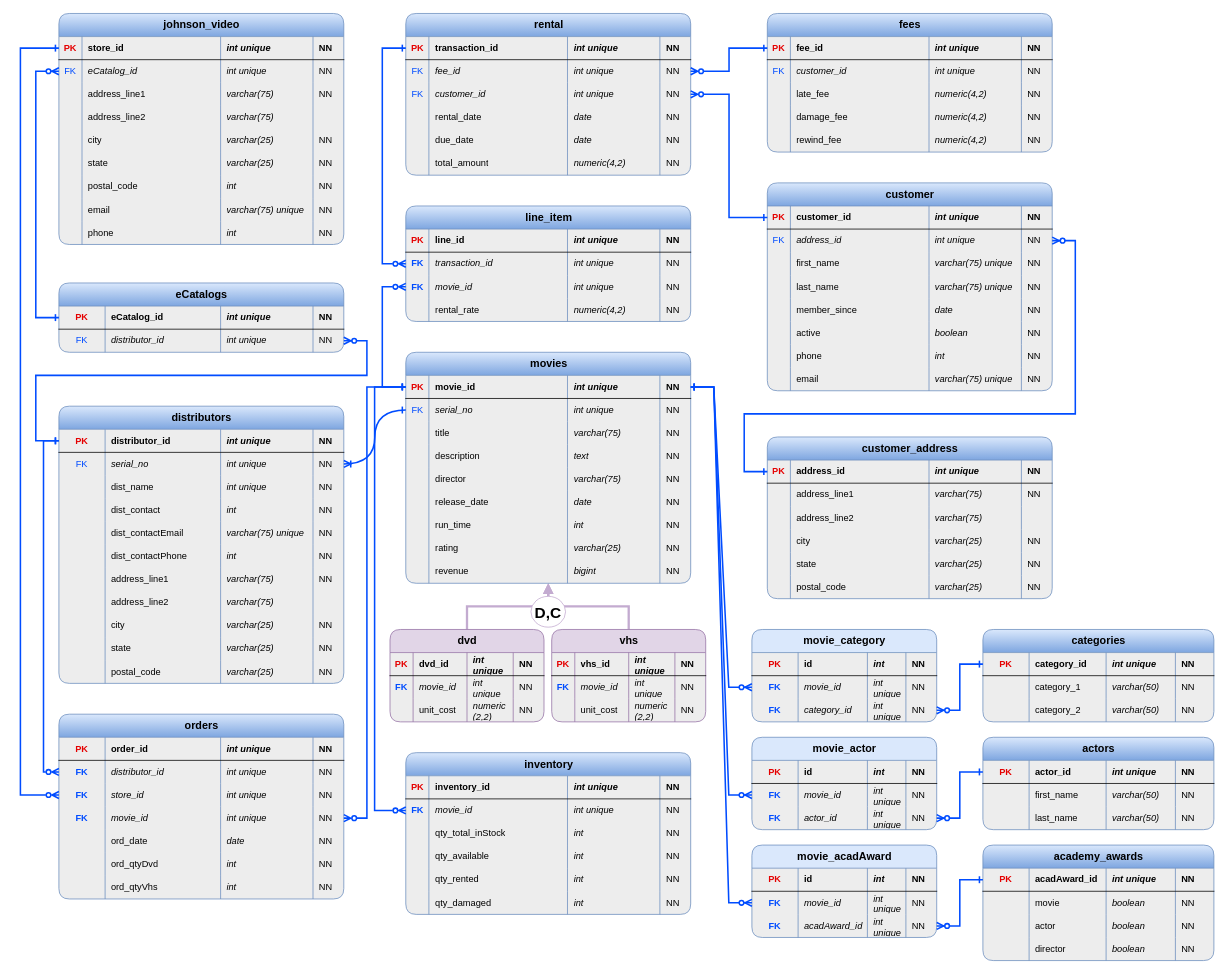
The draw.io diagram mis407-ct4-portfolio-milestone.drawio in argounova/draw-io, before the edit. Source tidied: cells renumbered, new cells numbered last; positions are measured from the earlier drawing's top-left corner, leaving out a move shared by most shapes. Both pictures are drawn from the tidied source at 77%, with x=0, y=0 at pixel (20, 13).
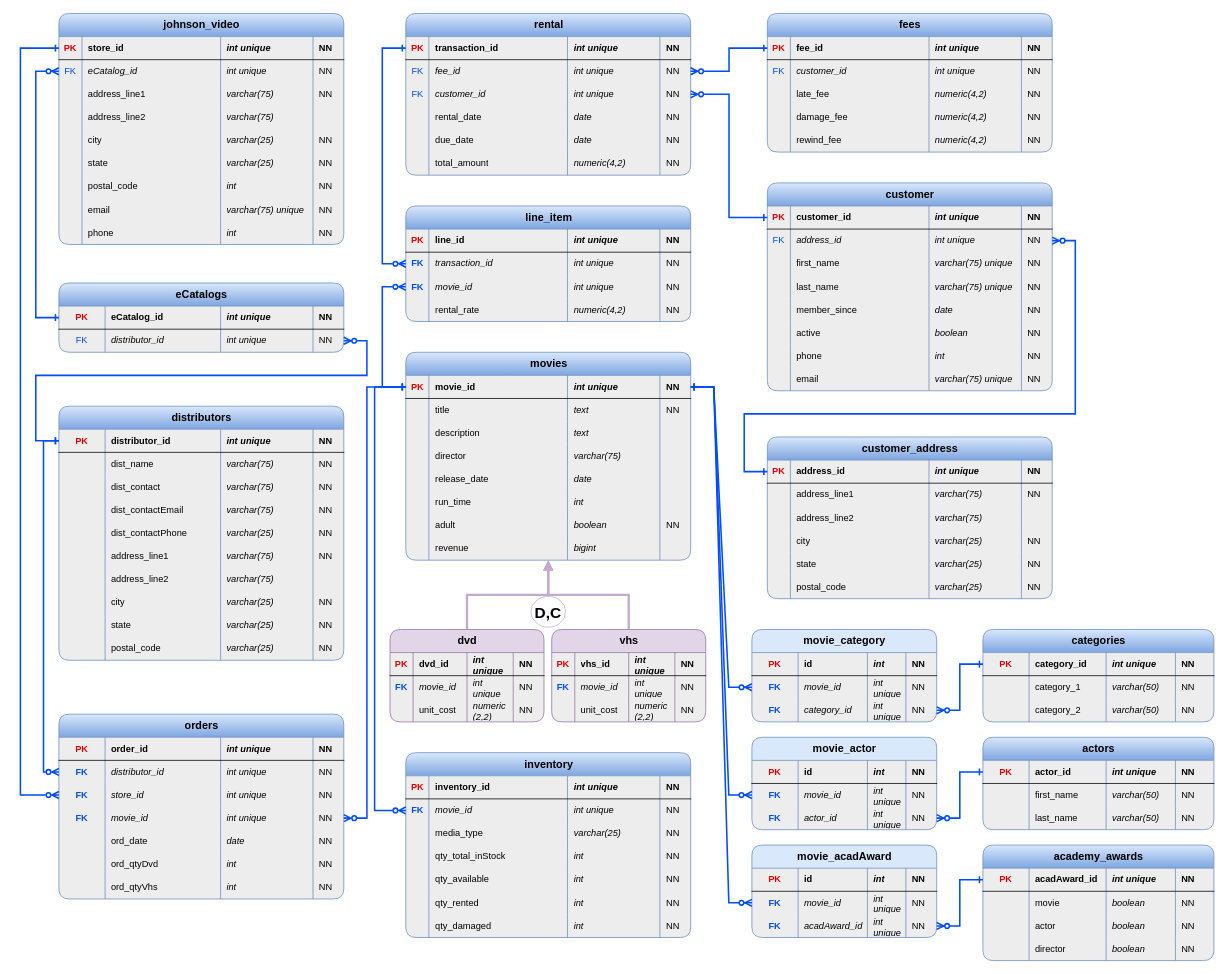
The same page after the edit.

What changed in the source:
```diff
@@
     <mxCell id="87" value="movies" style="shape=table;startSize=30;childLayout=tableLayout;rowLines=0;fontStyle=1;align=center;html=1;fontSize=14;fillColor=#dae8fc;gradientColor=#7ea6e0;strokeColor=#6c8ebf;swimlaneFillColor=#EDEDED;rounded=1;shadow=0;" parent="1" vertex="1">
-      <mxGeometry x="500.5" y="440" width="370" height="300" as="geometry" />
+      <mxGeometry x="500.5" y="440" width="370" height="270" as="geometry" />
     </mxCell>
@@
-    <mxCell id="93" style="shape=tableRow;horizontal=0;startSize=0;swimlaneHead=0;swimlaneBody=0;fillColor=none;points=[[0,0.5],[1,0.5]];portConstraint=eastwest;top=0;left=0;right=0;bottom=0;" parent="87" vertex="1">
-      <mxGeometry y="60" width="370" height="30" as="geometry" />
-    </mxCell>
-    <mxCell id="94" value="&lt;span style=&quot;color: rgb(0, 76, 255);&quot;&gt;FK&lt;/span&gt;" style="shape=partialRectangle;fillColor=none;top=0;left=0;bottom=0;right=0;overflow=hidden;whiteSpace=wrap;html=1;" parent="93" vertex="1">
-      <mxGeometry width="30" height="30" as="geometry" />
-    </mxCell>
-    <mxCell id="95" value="serial_no" style="shape=partialRectangle;fillColor=none;top=0;left=0;bottom=0;right=0;align=left;spacingLeft=6;overflow=hidden;whiteSpace=wrap;html=1;fontStyle=2;" parent="93" vertex="1">
-      <mxGeometry x="30" width="180" height="30" as="geometry" />
-    </mxCell>
-    <mxCell id="96" value="int unique&amp;nbsp;" style="shape=partialRectangle;fillColor=none;top=0;left=0;bottom=0;right=0;align=left;spacingLeft=6;overflow=hidden;whiteSpace=wrap;html=1;fontStyle=2;" parent="93" vertex="1">
-      <mxGeometry x="210" width="120" height="30" as="geometry" />
-    </mxCell>
-    <mxCell id="97" value="NN" style="shape=partialRectangle;fillColor=none;top=0;left=0;bottom=0;right=0;align=left;spacingLeft=6;overflow=hidden;whiteSpace=wrap;html=1;" parent="93" vertex="1">
-      <mxGeometry x="330" width="40" height="30" as="geometry" />
-    </mxCell>
     <mxCell id="98" style="shape=tableRow;horizontal=0;startSize=0;swimlaneHead=0;swimlaneBody=0;fillColor=none;top=0;left=0;right=0;bottom=0;" parent="87" vertex="1">
-      <mxGeometry y="90" width="370" height="30" as="geometry" />
+      <mxGeometry y="60" width="370" height="30" as="geometry" />
     </mxCell>
@@
-    <mxCell id="101" value="varchar(75)&amp;nbsp;" style="shape=partialRectangle;fillColor=none;top=0;left=0;bottom=0;right=0;align=left;spacingLeft=6;overflow=hidden;whiteSpace=wrap;html=1;fontStyle=2;" parent="98" vertex="1">
+    <mxCell id="101" value="text&amp;nbsp;" style="shape=partialRectangle;fillColor=none;top=0;left=0;bottom=0;right=0;align=left;spacingLeft=6;overflow=hidden;whiteSpace=wrap;html=1;fontStyle=2;" parent="98" vertex="1">
       <mxGeometry x="210" width="120" height="30" as="geometry" />
     </mxCell>
@@
     <mxCell id="103" style="shape=tableRow;horizontal=0;startSize=0;swimlaneHead=0;swimlaneBody=0;fillColor=none;top=0;left=0;right=0;bottom=0;" parent="87" vertex="1">
-      <mxGeometry y="120" width="370" height="30" as="geometry" />
+      <mxGeometry y="90" width="370" height="30" as="geometry" />
     </mxCell>
@@
-    <mxCell id="107" value="NN" style="shape=partialRectangle;fillColor=none;top=0;left=0;bottom=0;right=0;align=left;spacingLeft=6;overflow=hidden;whiteSpace=wrap;html=1;shadow=1;" parent="103" vertex="1">
+    <mxCell id="107" style="shape=partialRectangle;fillColor=none;top=0;left=0;bottom=0;right=0;align=left;spacingLeft=6;overflow=hidden;whiteSpace=wrap;html=1;shadow=1;" parent="103" vertex="1">
       <mxGeometry x="330" width="40" height="30" as="geometry" />
     </mxCell>
     <mxCell id="108" style="shape=tableRow;horizontal=0;startSize=0;swimlaneHead=0;swimlaneBody=0;fillColor=none;top=0;left=0;right=0;bottom=0;" parent="87" vertex="1">
-      <mxGeometry y="150" width="370" height="30" as="geometry" />
+      <mxGeometry y="120" width="370" height="30" as="geometry" />
     </mxCell>
@@
-    <mxCell id="112" value="NN" style="shape=partialRectangle;fillColor=none;top=0;left=0;bottom=0;right=0;align=left;spacingLeft=6;overflow=hidden;whiteSpace=wrap;html=1;shadow=1;" parent="108" vertex="1">
+    <mxCell id="112" style="shape=partialRectangle;fillColor=none;top=0;left=0;bottom=0;right=0;align=left;spacingLeft=6;overflow=hidden;whiteSpace=wrap;html=1;shadow=1;" parent="108" vertex="1">
       <mxGeometry x="330" width="40" height="30" as="geometry" />
     </mxCell>
     <mxCell id="113" style="shape=tableRow;horizontal=0;startSize=0;swimlaneHead=0;swimlaneBody=0;fillColor=none;top=0;left=0;right=0;bottom=0;" parent="87" vertex="1">
-      <mxGeometry y="180" width="370" height="30" as="geometry" />
+      <mxGeometry y="150" width="370" height="30" as="geometry" />
     </mxCell>
@@
-    <mxCell id="117" value="NN" style="shape=partialRectangle;fillColor=none;top=0;left=0;bottom=0;right=0;align=left;spacingLeft=6;overflow=hidden;whiteSpace=wrap;html=1;" parent="113" vertex="1">
+    <mxCell id="117" style="shape=partialRectangle;fillColor=none;top=0;left=0;bottom=0;right=0;align=left;spacingLeft=6;overflow=hidden;whiteSpace=wrap;html=1;" parent="113" vertex="1">
       <mxGeometry x="330" width="40" height="30" as="geometry" />
     </mxCell>
     <mxCell id="118" style="shape=tableRow;horizontal=0;startSize=0;swimlaneHead=0;swimlaneBody=0;fillColor=none;top=0;left=0;right=0;bottom=0;" parent="87" vertex="1">
-      <mxGeometry y="210" width="370" height="30" as="geometry" />
+      <mxGeometry y="180" width="370" height="30" as="geometry" />
     </mxCell>
@@
-    <mxCell id="122" value="NN" style="shape=partialRectangle;fillColor=none;top=0;left=0;bottom=0;right=0;align=left;spacingLeft=6;overflow=hidden;whiteSpace=wrap;html=1;" parent="118" vertex="1">
+    <mxCell id="122" style="shape=partialRectangle;fillColor=none;top=0;left=0;bottom=0;right=0;align=left;spacingLeft=6;overflow=hidden;whiteSpace=wrap;html=1;" parent="118" vertex="1">
       <mxGeometry x="330" width="40" height="30" as="geometry" />
     </mxCell>
     <mxCell id="123" style="shape=tableRow;horizontal=0;startSize=0;swimlaneHead=0;swimlaneBody=0;fillColor=none;top=0;left=0;right=0;bottom=0;" parent="87" vertex="1">
-      <mxGeometry y="240" width="370" height="30" as="geometry" />
+      <mxGeometry y="210" width="370" height="30" as="geometry" />
     </mxCell>
@@
-    <mxCell id="125" value="rating" style="shape=partialRectangle;fillColor=none;top=0;left=0;bottom=0;right=0;align=left;spacingLeft=6;overflow=hidden;whiteSpace=wrap;html=1;" parent="123" vertex="1">
+    <mxCell id="125" value="adult&lt;span style=&quot;white-space: pre;&quot;&gt;&#9;&lt;/span&gt;" style="shape=partialRectangle;fillColor=none;top=0;left=0;bottom=0;right=0;align=left;spacingLeft=6;overflow=hidden;whiteSpace=wrap;html=1;" parent="123" vertex="1">
       <mxGeometry x="30" width="180" height="30" as="geometry" />
     </mxCell>
-    <mxCell id="126" value="varchar(25)&amp;nbsp;" style="shape=partialRectangle;fillColor=none;top=0;left=0;bottom=0;right=0;align=left;spacingLeft=6;overflow=hidden;whiteSpace=wrap;html=1;fontStyle=2;" parent="123" vertex="1">
+    <mxCell id="126" value="boolean&amp;nbsp;" style="shape=partialRectangle;fillColor=none;top=0;left=0;bottom=0;right=0;align=left;spacingLeft=6;overflow=hidden;whiteSpace=wrap;html=1;fontStyle=2;" parent="123" vertex="1">
       <mxGeometry x="210" width="120" height="30" as="geometry" />
     </mxCell>
@@
     <mxCell id="128" style="shape=tableRow;horizontal=0;startSize=0;swimlaneHead=0;swimlaneBody=0;fillColor=none;top=0;left=0;right=0;bottom=0;" parent="87" vertex="1">
-      <mxGeometry y="270" width="370" height="30" as="geometry" />
+      <mxGeometry y="240" width="370" height="30" as="geometry" />
     </mxCell>
@@
-    <mxCell id="132" value="NN" style="shape=partialRectangle;fillColor=none;top=0;left=0;bottom=0;right=0;align=left;spacingLeft=6;overflow=hidden;whiteSpace=wrap;html=1;" parent="128" vertex="1">
+    <mxCell id="132" style="shape=partialRectangle;fillColor=none;top=0;left=0;bottom=0;right=0;align=left;spacingLeft=6;overflow=hidden;whiteSpace=wrap;html=1;" parent="128" vertex="1">
       <mxGeometry x="330" width="40" height="30" as="geometry" />
     </mxCell>
     <mxCell id="133" value="distributors" style="shape=table;startSize=30;childLayout=tableLayout;rowLines=0;fontStyle=1;align=center;html=1;fontSize=14;fillColor=#dae8fc;gradientColor=#7ea6e0;strokeColor=#6c8ebf;swimlaneFillColor=#EDEDED;rounded=1;shadow=0;" parent="1" vertex="1">
-      <mxGeometry x="50" y="510" width="370" height="360" as="geometry" />
+      <mxGeometry x="50" y="510" width="370" height="330" as="geometry" />
     </mxCell>
@@
-    <mxCell id="139" style="shape=tableRow;horizontal=0;startSize=0;swimlaneHead=0;swimlaneBody=0;fillColor=none;points=[[0,0.5],[1,0.5]];portConstraint=eastwest;top=0;left=0;right=0;bottom=0;" parent="133" vertex="1">
-      <mxGeometry y="60" width="370" height="30" as="geometry" />
-    </mxCell>
-    <mxCell id="140" value="&lt;span style=&quot;color: rgb(0, 76, 255);&quot;&gt;FK&lt;/span&gt;" style="shape=partialRectangle;fillColor=none;top=0;left=0;bottom=0;right=0;overflow=hidden;whiteSpace=wrap;html=1;" parent="139" vertex="1">
-      <mxGeometry width="60" height="30" as="geometry" />
-    </mxCell>
-    <mxCell id="141" value="serial_no&amp;nbsp;" style="shape=partialRectangle;fillColor=none;top=0;left=0;bottom=0;right=0;align=left;spacingLeft=6;overflow=hidden;whiteSpace=wrap;html=1;fontStyle=2;" parent="139" vertex="1">
-      <mxGeometry x="60" width="150" height="30" as="geometry" />
-    </mxCell>
-    <mxCell id="142" value="int unique&amp;nbsp;" style="shape=partialRectangle;fillColor=none;top=0;left=0;bottom=0;right=0;align=left;spacingLeft=6;overflow=hidden;whiteSpace=wrap;html=1;fontStyle=2;" parent="139" vertex="1">
-      <mxGeometry x="210" width="120" height="30" as="geometry" />
-    </mxCell>
-    <mxCell id="143" value="NN" style="shape=partialRectangle;fillColor=none;top=0;left=0;bottom=0;right=0;align=left;spacingLeft=6;overflow=hidden;whiteSpace=wrap;html=1;" parent="139" vertex="1">
-      <mxGeometry x="330" width="40" height="30" as="geometry" />
-    </mxCell>
     <mxCell id="144" style="shape=tableRow;horizontal=0;startSize=0;swimlaneHead=0;swimlaneBody=0;fillColor=none;top=0;left=0;right=0;bottom=0;" parent="133" vertex="1">
-      <mxGeometry y="90" width="370" height="30" as="geometry" />
+      <mxGeometry y="60" width="370" height="30" as="geometry" />
     </mxCell>
@@
-    <mxCell id="147" value="int unique&amp;nbsp;" style="shape=partialRectangle;fillColor=none;top=0;left=0;bottom=0;right=0;align=left;spacingLeft=6;overflow=hidden;whiteSpace=wrap;html=1;fontStyle=2;" parent="144" vertex="1">
+    <mxCell id="147" value="varchar(75)&amp;nbsp;" style="shape=partialRectangle;fillColor=none;top=0;left=0;bottom=0;right=0;align=left;spacingLeft=6;overflow=hidden;whiteSpace=wrap;html=1;fontStyle=2;" parent="144" vertex="1">
       <mxGeometry x="210" width="120" height="30" as="geometry" />
     </mxCell>
@@
     <mxCell id="149" style="shape=tableRow;horizontal=0;startSize=0;swimlaneHead=0;swimlaneBody=0;fillColor=none;top=0;left=0;right=0;bottom=0;" parent="133" vertex="1">
-      <mxGeometry y="120" width="370" height="30" as="geometry" />
+      <mxGeometry y="90" width="370" height="30" as="geometry" />
     </mxCell>
@@
-    <mxCell id="152" value="int&amp;nbsp;" style="shape=partialRectangle;fillColor=none;top=0;left=0;bottom=0;right=0;align=left;spacingLeft=6;overflow=hidden;whiteSpace=wrap;html=1;shadow=1;fontStyle=2;" parent="149" vertex="1">
+    <mxCell id="152" value="varchar(75)&amp;nbsp;" style="shape=partialRectangle;fillColor=none;top=0;left=0;bottom=0;right=0;align=left;spacingLeft=6;overflow=hidden;whiteSpace=wrap;html=1;shadow=1;fontStyle=2;" parent="149" vertex="1">
       <mxGeometry x="210" width="120" height="30" as="geometry" />
     </mxCell>
@@
     <mxCell id="154" style="shape=tableRow;horizontal=0;startSize=0;swimlaneHead=0;swimlaneBody=0;fillColor=none;top=0;left=0;right=0;bottom=0;" parent="133" vertex="1">
-      <mxGeometry y="150" width="370" height="30" as="geometry" />
+      <mxGeometry y="120" width="370" height="30" as="geometry" />
     </mxCell>
@@
-    <mxCell id="157" value="varchar(75) unique" style="shape=partialRectangle;fillColor=none;top=0;left=0;bottom=0;right=0;align=left;spacingLeft=6;overflow=hidden;whiteSpace=wrap;html=1;fontStyle=2;" parent="154" vertex="1">
+    <mxCell id="157" value="varchar(75)&amp;nbsp;" style="shape=partialRectangle;fillColor=none;top=0;left=0;bottom=0;right=0;align=left;spacingLeft=6;overflow=hidden;whiteSpace=wrap;html=1;fontStyle=2;" parent="154" vertex="1">
       <mxGeometry x="210" width="120" height="30" as="geometry" />
     </mxCell>
@@
     <mxCell id="159" style="shape=tableRow;horizontal=0;startSize=0;swimlaneHead=0;swimlaneBody=0;fillColor=none;top=0;left=0;right=0;bottom=0;" parent="133" vertex="1">
-      <mxGeometry y="180" width="370" height="30" as="geometry" />
+      <mxGeometry y="150" width="370" height="30" as="geometry" />
     </mxCell>
@@
-    <mxCell id="162" value="int&amp;nbsp;" style="shape=partialRectangle;fillColor=none;top=0;left=0;bottom=0;right=0;align=left;spacingLeft=6;overflow=hidden;whiteSpace=wrap;html=1;fontStyle=2;" parent="159" vertex="1">
+    <mxCell id="162" value="varchar(25)&amp;nbsp;" style="shape=partialRectangle;fillColor=none;top=0;left=0;bottom=0;right=0;align=left;spacingLeft=6;overflow=hidden;whiteSpace=wrap;html=1;fontStyle=2;" parent="159" vertex="1">
       <mxGeometry x="210" width="120" height="30" as="geometry" />
     </mxCell>
@@
     <mxCell id="164" style="shape=tableRow;horizontal=0;startSize=0;swimlaneHead=0;swimlaneBody=0;fillColor=none;top=0;left=0;right=0;bottom=0;" parent="133" vertex="1">
-      <mxGeometry y="210" width="370" height="30" as="geometry" />
+      <mxGeometry y="180" width="370" height="30" as="geometry" />
     </mxCell>
@@
     <mxCell id="169" style="shape=tableRow;horizontal=0;startSize=0;swimlaneHead=0;swimlaneBody=0;fillColor=none;top=0;left=0;right=0;bottom=0;" parent="133" vertex="1">
-      <mxGeometry y="240" width="370" height="30" as="geometry" />
+      <mxGeometry y="210" width="370" height="30" as="geometry" />
     </mxCell>
@@
     <mxCell id="174" style="shape=tableRow;horizontal=0;startSize=0;swimlaneHead=0;swimlaneBody=0;fillColor=none;top=0;left=0;right=0;bottom=0;" parent="133" vertex="1">
-      <mxGeometry y="270" width="370" height="30" as="geometry" />
+      <mxGeometry y="240" width="370" height="30" as="geometry" />
     </mxCell>
@@
     <mxCell id="179" style="shape=tableRow;horizontal=0;startSize=0;swimlaneHead=0;swimlaneBody=0;fillColor=none;top=0;left=0;right=0;bottom=0;" parent="133" vertex="1">
-      <mxGeometry y="300" width="370" height="30" as="geometry" />
+      <mxGeometry y="270" width="370" height="30" as="geometry" />
     </mxCell>
@@
     <mxCell id="184" style="shape=tableRow;horizontal=0;startSize=0;swimlaneHead=0;swimlaneBody=0;fillColor=none;top=0;left=0;right=0;bottom=0;" parent="133" vertex="1">
-      <mxGeometry y="330" width="370" height="30" as="geometry" />
+      <mxGeometry y="300" width="370" height="30" as="geometry" />
     </mxCell>
@@
-    <mxCell id="189" style="fontSize=12;html=1;endArrow=ERone;startArrow=ERoneToMany;rounded=0;exitX=1;exitY=0.5;exitDx=0;exitDy=0;entryX=0;entryY=0.5;entryDx=0;entryDy=0;strokeWidth=2;strokeColor=#004CFF;endFill=0;startFill=0;edgeStyle=orthogonalEdgeStyle;curved=1;" parent="1" edge="1" source="139" target="93">
-      <mxGeometry relative="1" as="geometry" />
-    </mxCell>
@@
     <mxCell id="500" value="inventory" style="shape=table;startSize=30;childLayout=tableLayout;rowLines=0;fontStyle=1;align=center;html=1;fontSize=14;fillColor=#dae8fc;gradientColor=#7ea6e0;strokeColor=#6c8ebf;swimlaneFillColor=#EDEDED;rounded=1;shadow=0;" parent="1" vertex="1">
-      <mxGeometry x="500.5" y="960" width="370" height="210" as="geometry" />
+      <mxGeometry x="500.5" y="960" width="370" height="240" as="geometry" />
     </mxCell>
@@
+    <mxCell id="532" style="shape=tableRow;horizontal=0;startSize=0;swimlaneHead=0;swimlaneBody=0;fillColor=none;top=0;left=0;right=0;bottom=0;" parent="500" vertex="1">
+      <mxGeometry y="90" width="370" height="30" as="geometry" />
+    </mxCell>
+    <mxCell id="533" style="shape=partialRectangle;fillColor=none;top=0;left=0;bottom=0;right=0;overflow=hidden;whiteSpace=wrap;html=1;" parent="532" vertex="1">
+      <mxGeometry width="30" height="30" as="geometry" />
+    </mxCell>
+    <mxCell id="534" value="media_type&lt;span style=&quot;white-space: pre;&quot;&gt;&#9;&lt;/span&gt;" style="shape=partialRectangle;fillColor=none;top=0;left=0;bottom=0;right=0;align=left;spacingLeft=6;overflow=hidden;whiteSpace=wrap;html=1;fontStyle=0;" parent="532" vertex="1">
+      <mxGeometry x="30" width="180" height="30" as="geometry" />
+    </mxCell>
+    <mxCell id="535" value="varchar(25)&amp;nbsp;" style="shape=partialRectangle;fillColor=none;top=0;left=0;bottom=0;right=0;align=left;spacingLeft=6;overflow=hidden;whiteSpace=wrap;html=1;fontStyle=2;" parent="532" vertex="1">
+      <mxGeometry x="210" width="120" height="30" as="geometry" />
+    </mxCell>
+    <mxCell id="536" value="NN" style="shape=partialRectangle;fillColor=none;top=0;left=0;bottom=0;right=0;align=left;spacingLeft=6;overflow=hidden;whiteSpace=wrap;html=1;" parent="532" vertex="1">
+      <mxGeometry x="330" width="40" height="30" as="geometry" />
+    </mxCell>
     <mxCell id="511" style="shape=tableRow;horizontal=0;startSize=0;swimlaneHead=0;swimlaneBody=0;fillColor=none;top=0;left=0;right=0;bottom=0;" parent="500" vertex="1">
-      <mxGeometry y="90" width="370" height="30" as="geometry" />
+      <mxGeometry y="120" width="370" height="30" as="geometry" />
     </mxCell>
@@
     <mxCell id="516" style="shape=tableRow;horizontal=0;startSize=0;swimlaneHead=0;swimlaneBody=0;fillColor=none;top=0;left=0;right=0;bottom=0;" parent="500" vertex="1">
-      <mxGeometry y="120" width="370" height="30" as="geometry" />
+      <mxGeometry y="150" width="370" height="30" as="geometry" />
     </mxCell>
@@
     <mxCell id="521" style="shape=tableRow;horizontal=0;startSize=0;swimlaneHead=0;swimlaneBody=0;fillColor=none;top=0;left=0;right=0;bottom=0;" parent="500" vertex="1">
-      <mxGeometry y="150" width="370" height="30" as="geometry" />
+      <mxGeometry y="180" width="370" height="30" as="geometry" />
     </mxCell>
@@
     <mxCell id="526" style="shape=tableRow;horizontal=0;startSize=0;swimlaneHead=0;swimlaneBody=0;fillColor=none;top=0;left=0;right=0;bottom=0;" parent="500" vertex="1">
-      <mxGeometry y="180" width="370" height="30" as="geometry" />
+      <mxGeometry y="210" width="370" height="30" as="geometry" />
     </mxCell>
```
